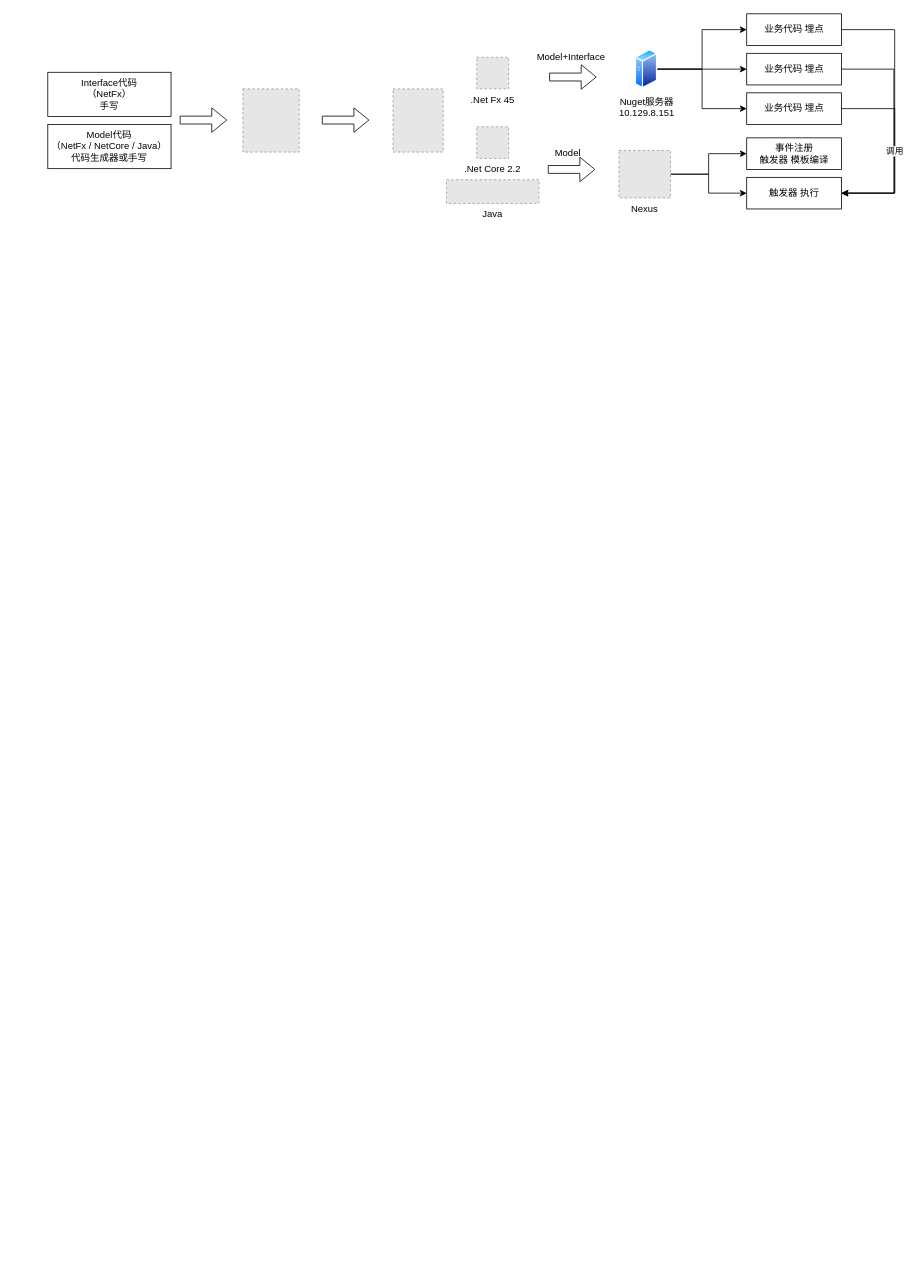
Lucas20029/MyDiagrams keeps this draw.io diagram as 场景触发器使用.drawio. Above is the earlier version. Source tidied: cells renumbered, new cells numbered last; positions are measured from the earlier drawing's top-left corner, leaving out a move shared by most shapes. Both pictures are drawn from the tidied source at 79%, with x=0, y=0 at pixel (47, 13). Pictures stored in the file or linked from it are replaced by grey dashed boxes.
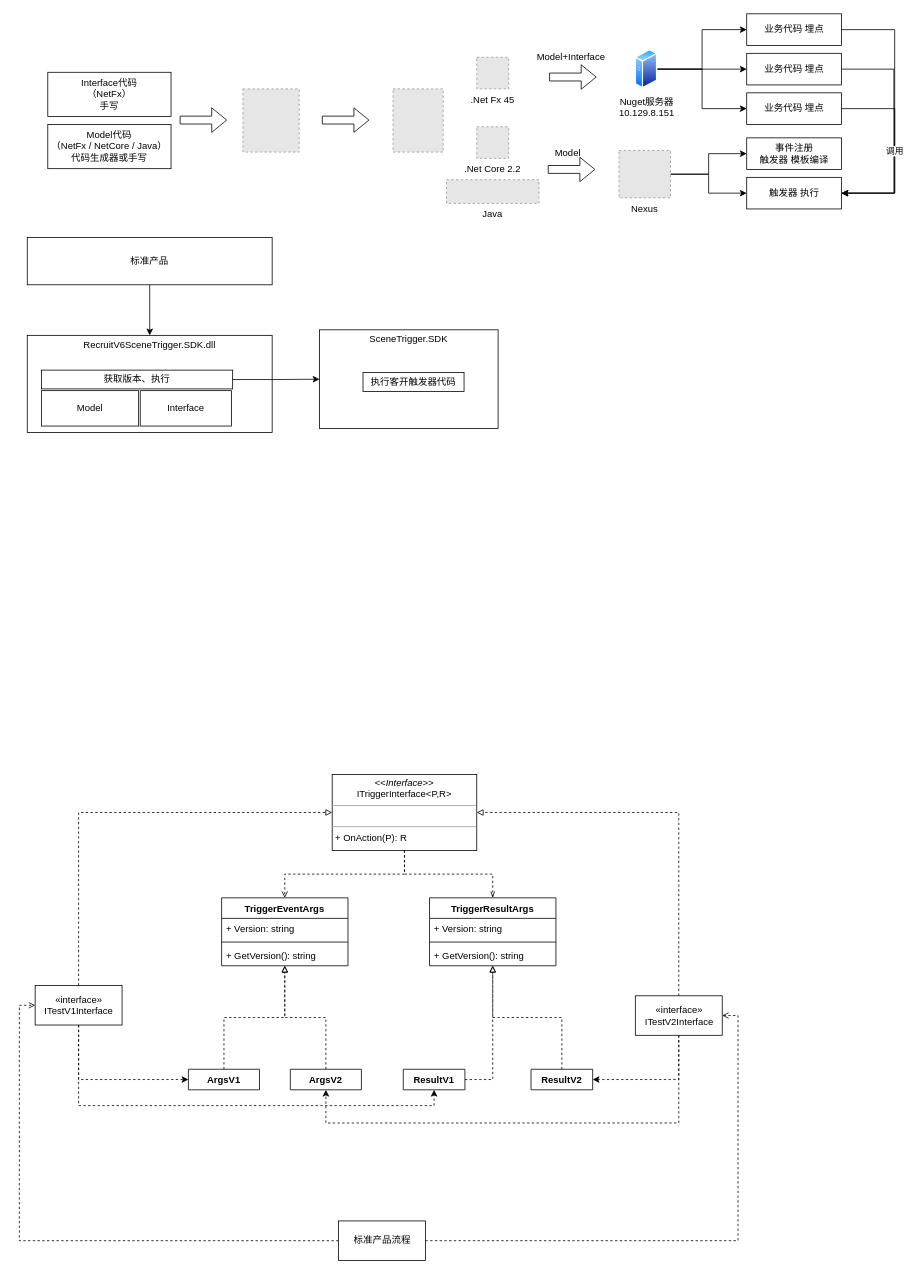
After the change.

Commit message:
Update 场景触发器使用.drawio

Diff of the diagram source:
```diff
@@
+    <mxCell id="30" style="edgeStyle=orthogonalEdgeStyle;rounded=0;jettySize=auto;html=1;exitX=0.5;exitY=1;exitDx=0;exitDy=0;entryX=0.5;entryY=0;entryDx=0;entryDy=0;" parent="1" edge="1" source="31" target="34">
+      <mxGeometry relative="1" as="geometry" />
+    </mxCell>
+    <mxCell id="31" value="标准产品" style="rounded=0;whiteSpace=wrap;html=1;" parent="1" vertex="1">
+      <mxGeometry x="-26" y="283" width="310" height="60" as="geometry" />
+    </mxCell>
+    <mxCell id="32" style="group;" parent="1" vertex="1">
+      <mxGeometry x="-26" y="407" width="310" height="123" as="geometry" />
+    </mxCell>
+    <mxCell id="33" style="rounded=0;whiteSpace=wrap;html=1;" parent="32" vertex="1">
+      <mxGeometry width="310" height="123" as="geometry" />
+    </mxCell>
+    <mxCell id="34" value="RecruitV6SceneTrigger.SDK.dll" style="text;html=1;strokeColor=none;fillColor=none;align=center;verticalAlign=middle;whiteSpace=wrap;rounded=0;" parent="32" vertex="1">
+      <mxGeometry x="67.2" width="175.6" height="23" as="geometry" />
+    </mxCell>
+    <mxCell id="35" value="Model" style="rounded=0;whiteSpace=wrap;html=1;" parent="32" vertex="1">
+      <mxGeometry x="18" y="70" width="123" height="44.8" as="geometry" />
+    </mxCell>
+    <mxCell id="36" value="Interface" style="rounded=0;whiteSpace=wrap;html=1;" parent="32" vertex="1">
+      <mxGeometry x="143" y="70" width="115.5" height="44.8" as="geometry" />
+    </mxCell>
+    <mxCell id="37" value="获取版本、执行" style="rounded=0;whiteSpace=wrap;html=1;" parent="32" vertex="1">
+      <mxGeometry x="18" y="44" width="242" height="23.8" as="geometry" />
+    </mxCell>
+    <mxCell id="38" style="group;" parent="1" vertex="1">
+      <mxGeometry x="344" y="400" width="226" height="125" as="geometry" />
+    </mxCell>
+    <mxCell id="39" style="rounded=0;whiteSpace=wrap;html=1;" parent="38" vertex="1">
+      <mxGeometry width="226" height="125" as="geometry" />
+    </mxCell>
+    <mxCell id="40" value="SceneTrigger.SDK" style="text;html=1;strokeColor=none;fillColor=none;align=center;verticalAlign=middle;whiteSpace=wrap;rounded=0;" parent="38" vertex="1">
+      <mxGeometry x="49" width="128" height="23.4" as="geometry" />
+    </mxCell>
+    <mxCell id="41" value="执行客开触发器代码" style="rounded=0;whiteSpace=wrap;html=1;" parent="38" vertex="1">
+      <mxGeometry x="55" y="54" width="127.9" height="24.2" as="geometry" />
+    </mxCell>
+    <mxCell id="42" style="edgeStyle=orthogonalEdgeStyle;rounded=0;jettySize=auto;html=1;exitX=1;exitY=0.5;exitDx=0;exitDy=0;entryX=0;entryY=0.5;entryDx=0;entryDy=0;" parent="1" edge="1" source="37" target="39">
+      <mxGeometry relative="1" as="geometry" />
+    </mxCell>
+    <mxCell id="43" style="edgeStyle=orthogonalEdgeStyle;rounded=0;jettySize=auto;html=1;exitX=0.5;exitY=1;exitDx=0;exitDy=0;dashed=1;endArrow=open;endFill=0;" parent="1" edge="1" source="45" target="46">
+      <mxGeometry relative="1" as="geometry" />
+    </mxCell>
+    <mxCell id="44" style="edgeStyle=orthogonalEdgeStyle;rounded=0;jettySize=auto;html=1;exitX=0.5;exitY=1;exitDx=0;exitDy=0;dashed=1;endArrow=openThin;endFill=0;" parent="1" edge="1" source="45" target="50">
+      <mxGeometry relative="1" as="geometry" />
+    </mxCell>
+    <mxCell id="45" value="&lt;p style=&quot;margin: 0px ; margin-top: 4px ; text-align: center&quot;&gt;&lt;i&gt;&amp;lt;&amp;lt;Interface&amp;gt;&amp;gt;&lt;/i&gt;&lt;br&gt;ITriggerInterface&amp;lt;P,R&amp;gt;&lt;br&gt;&lt;/p&gt;&lt;hr size=&quot;1&quot;&gt;&lt;p style=&quot;margin: 0px ; margin-left: 4px&quot;&gt;&lt;br&gt;&lt;/p&gt;&lt;hr size=&quot;1&quot;&gt;&lt;p style=&quot;margin: 0px ; margin-left: 4px&quot;&gt;+ OnAction(P): R&lt;br&gt;&lt;/p&gt;" style="verticalAlign=top;align=left;overflow=fill;fontSize=12;fontFamily=Helvetica;html=1;" parent="1" vertex="1">
+      <mxGeometry x="360" y="963" width="183" height="96" as="geometry" />
+    </mxCell>
+    <mxCell id="46" value="TriggerEventArgs" style="swimlane;fontStyle=1;align=center;verticalAlign=top;horizontal=1;startSize=26;" parent="1" vertex="1">
+      <mxGeometry x="220" y="1119" width="160" height="86" as="geometry" />
+    </mxCell>
+    <mxCell id="47" value="+ Version: string" style="text;strokeColor=none;fillColor=none;align=left;verticalAlign=top;spacingLeft=4;spacingRight=4;overflow=hidden;" parent="46" vertex="1">
+      <mxGeometry y="26" width="160" height="26" as="geometry" />
+    </mxCell>
+    <mxCell id="48" style="line;strokeWidth=1;fillColor=none;align=left;verticalAlign=middle;spacingTop=-1;spacingLeft=3;spacingRight=3;labelPosition=right;" parent="46" vertex="1">
+      <mxGeometry y="52" width="160" height="8" as="geometry" />
+    </mxCell>
+    <mxCell id="49" value="+ GetVersion(): string" style="text;strokeColor=none;fillColor=none;align=left;verticalAlign=top;spacingLeft=4;spacingRight=4;overflow=hidden;" parent="46" vertex="1">
+      <mxGeometry y="60" width="160" height="26" as="geometry" />
+    </mxCell>
+    <mxCell id="50" value="TriggerResultArgs" style="swimlane;fontStyle=1;align=center;verticalAlign=top;horizontal=1;startSize=26;" parent="1" vertex="1">
+      <mxGeometry x="483.2" y="1119" width="160" height="86" as="geometry" />
+    </mxCell>
+    <mxCell id="51" value="+ Version: string" style="text;strokeColor=none;fillColor=none;align=left;verticalAlign=top;spacingLeft=4;spacingRight=4;overflow=hidden;" parent="50" vertex="1">
+      <mxGeometry y="26" width="160" height="26" as="geometry" />
+    </mxCell>
+    <mxCell id="52" style="line;strokeWidth=1;fillColor=none;align=left;verticalAlign=middle;spacingTop=-1;spacingLeft=3;spacingRight=3;labelPosition=right;" parent="50" vertex="1">
+      <mxGeometry y="52" width="160" height="8" as="geometry" />
+    </mxCell>
+    <mxCell id="53" value="+ GetVersion(): string" style="text;strokeColor=none;fillColor=none;align=left;verticalAlign=top;spacingLeft=4;spacingRight=4;overflow=hidden;" parent="50" vertex="1">
+      <mxGeometry y="60" width="160" height="26" as="geometry" />
+    </mxCell>
+    <mxCell id="54" style="edgeStyle=orthogonalEdgeStyle;rounded=0;jettySize=auto;html=1;exitX=0.5;exitY=0;exitDx=0;exitDy=0;dashed=1;endArrow=block;endFill=0;" parent="1" edge="1" source="55" target="46">
+      <mxGeometry relative="1" as="geometry" />
+    </mxCell>
+    <mxCell id="55" value="ArgsV2" style="swimlane;fontStyle=1;align=center;verticalAlign=top;horizontal=1;startSize=26;" parent="1" vertex="1" collapsed="1">
+      <mxGeometry x="307" y="1336" width="90" height="26" as="geometry" />
+    </mxCell>
+    <mxCell id="56" style="edgeStyle=orthogonalEdgeStyle;rounded=0;jettySize=auto;html=1;exitX=1;exitY=0.5;exitDx=0;exitDy=0;dashed=1;endArrow=block;endFill=0;" parent="1" edge="1" source="57" target="50">
+      <mxGeometry relative="1" as="geometry" />
+    </mxCell>
+    <mxCell id="57" value="ResultV1" style="swimlane;fontStyle=1;align=center;verticalAlign=top;horizontal=1;startSize=26;" parent="1" vertex="1" collapsed="1">
+      <mxGeometry x="450" y="1336" width="78" height="26" as="geometry" />
+    </mxCell>
+    <mxCell id="58" style="edgeStyle=orthogonalEdgeStyle;rounded=0;jettySize=auto;html=1;exitX=0.5;exitY=1;exitDx=0;exitDy=0;entryX=0;entryY=0.5;entryDx=0;entryDy=0;dashed=1;endArrow=classic;endFill=1;" parent="1" edge="1" source="61" target="65">
+      <mxGeometry relative="1" as="geometry" />
+    </mxCell>
+    <mxCell id="59" style="edgeStyle=orthogonalEdgeStyle;rounded=0;jettySize=auto;html=1;exitX=0.5;exitY=1;exitDx=0;exitDy=0;entryX=0.5;entryY=1;entryDx=0;entryDy=0;dashed=1;endArrow=classic;endFill=1;" parent="1" edge="1" source="61" target="57">
+      <mxGeometry relative="1" as="geometry" />
+    </mxCell>
+    <mxCell id="60" style="edgeStyle=orthogonalEdgeStyle;rounded=0;jettySize=auto;html=1;exitX=0.5;exitY=0;exitDx=0;exitDy=0;entryX=0;entryY=0.5;entryDx=0;entryDy=0;dashed=1;endArrow=block;endFill=0;" parent="1" edge="1" source="61" target="45">
+      <mxGeometry relative="1" as="geometry" />
+    </mxCell>
+    <mxCell id="61" value="«interface»&lt;br&gt;ITestV1Interface" style="html=1;" parent="1" vertex="1">
+      <mxGeometry x="-16" y="1230" width="110" height="50" as="geometry" />
+    </mxCell>
+    <mxCell id="62" style="edgeStyle=orthogonalEdgeStyle;rounded=0;jettySize=auto;html=1;exitX=0.5;exitY=0;exitDx=0;exitDy=0;dashed=1;endArrow=block;endFill=0;" parent="1" edge="1" source="63" target="50">
+      <mxGeometry relative="1" as="geometry" />
+    </mxCell>
+    <mxCell id="63" value="ResultV2" style="swimlane;fontStyle=1;align=center;verticalAlign=top;horizontal=1;startSize=26;" parent="1" vertex="1" collapsed="1">
+      <mxGeometry x="611.7" y="1336" width="78" height="26" as="geometry" />
+    </mxCell>
+    <mxCell id="64" style="edgeStyle=orthogonalEdgeStyle;rounded=0;jettySize=auto;html=1;exitX=0.5;exitY=0;exitDx=0;exitDy=0;dashed=1;endArrow=block;endFill=0;" parent="1" edge="1" source="65" target="46">
+      <mxGeometry relative="1" as="geometry" />
+    </mxCell>
+    <mxCell id="65" value="ArgsV1" style="swimlane;fontStyle=1;align=center;verticalAlign=top;horizontal=1;startSize=26;" parent="1" vertex="1" collapsed="1">
+      <mxGeometry x="178" y="1336" width="90" height="26" as="geometry" />
+    </mxCell>
+    <mxCell id="66" style="edgeStyle=orthogonalEdgeStyle;rounded=0;jettySize=auto;html=1;exitX=0.5;exitY=1;exitDx=0;exitDy=0;entryX=1;entryY=0.5;entryDx=0;entryDy=0;dashed=1;endArrow=classic;endFill=1;" parent="1" edge="1" source="69" target="63">
+      <mxGeometry relative="1" as="geometry" />
+    </mxCell>
+    <mxCell id="67" style="edgeStyle=orthogonalEdgeStyle;rounded=0;jettySize=auto;html=1;exitX=0.5;exitY=1;exitDx=0;exitDy=0;entryX=0.5;entryY=1;entryDx=0;entryDy=0;dashed=1;endArrow=classic;endFill=1;" parent="1" edge="1" source="69" target="55">
+      <mxGeometry relative="1" as="geometry">
+        <Array as="points">
+          <mxPoint x="799" y="1404" />
+          <mxPoint x="352" y="1404" />
+        </Array>
+      </mxGeometry>
+    </mxCell>
+    <mxCell id="68" style="edgeStyle=orthogonalEdgeStyle;rounded=0;jettySize=auto;html=1;exitX=0.5;exitY=0;exitDx=0;exitDy=0;entryX=1;entryY=0.5;entryDx=0;entryDy=0;dashed=1;endArrow=block;endFill=0;" parent="1" edge="1" source="69" target="45">
+      <mxGeometry relative="1" as="geometry" />
+    </mxCell>
+    <mxCell id="69" value="«interface»&lt;br&gt;ITestV2Interface" style="html=1;" parent="1" vertex="1">
+      <mxGeometry x="743.7" y="1243" width="110" height="50" as="geometry" />
+    </mxCell>
+    <mxCell id="70" style="edgeStyle=orthogonalEdgeStyle;rounded=0;jettySize=auto;html=1;exitX=0;exitY=0.5;exitDx=0;exitDy=0;entryX=0;entryY=0.5;entryDx=0;entryDy=0;dashed=1;endArrow=open;endFill=0;" parent="1" edge="1" source="72" target="61">
+      <mxGeometry relative="1" as="geometry" />
+    </mxCell>
+    <mxCell id="71" style="edgeStyle=orthogonalEdgeStyle;rounded=0;jettySize=auto;html=1;exitX=1;exitY=0.5;exitDx=0;exitDy=0;entryX=1;entryY=0.5;entryDx=0;entryDy=0;dashed=1;endArrow=open;endFill=0;" parent="1" edge="1" source="72" target="69">
+      <mxGeometry relative="1" as="geometry" />
+    </mxCell>
+    <mxCell id="72" value="标准产品流程" style="html=1;" parent="1" vertex="1">
+      <mxGeometry x="368" y="1528" width="110" height="50" as="geometry" />
+    </mxCell>
```
